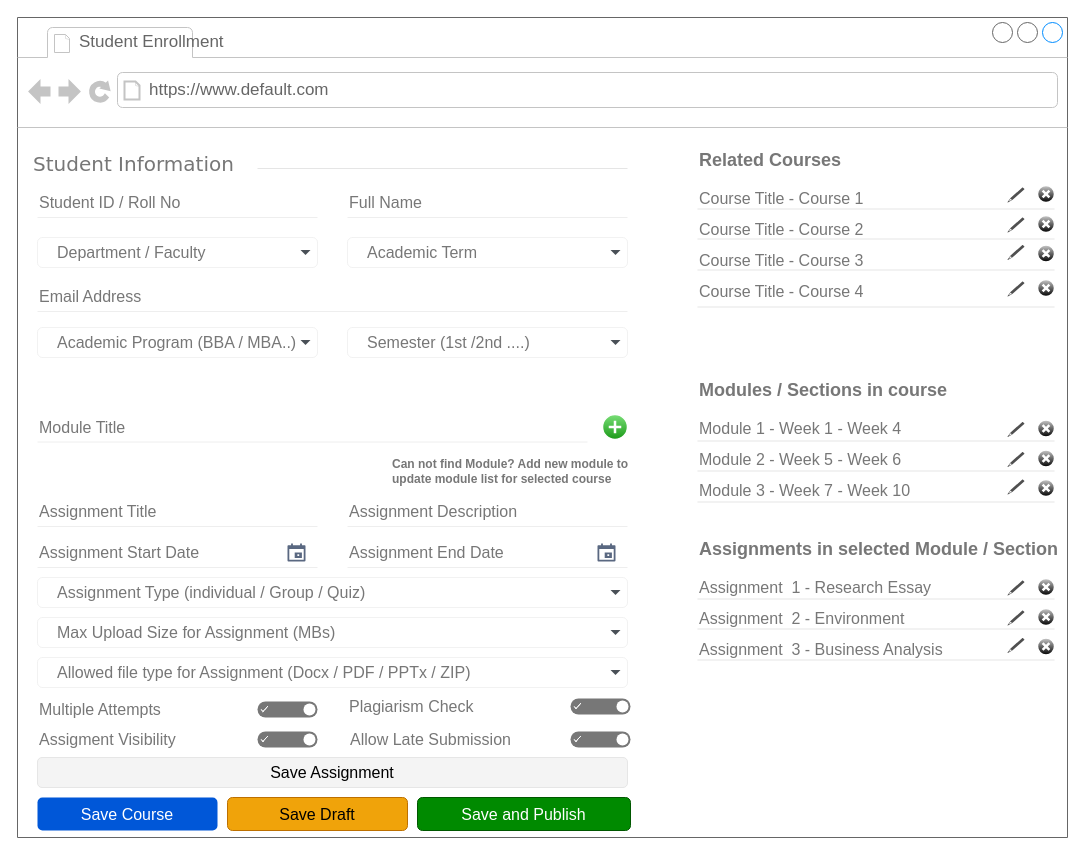
The draw.io diagram page "Student Enrollment" (5 of 5) of 02 - LMS-SysCollege/04 - UI_Designs/WireFrame.drawio in ZohaibWaqarMalik/Technical-Business-Analyst-Projects, before the edit. Source tidied: cells renumbered, new cells numbered last; positions are measured from the earlier drawing's top-left corner, leaving out a move shared by most shapes. Both pictures are drawn from the tidied source at 100%, with x=0, y=0 at pixel (17, 17).
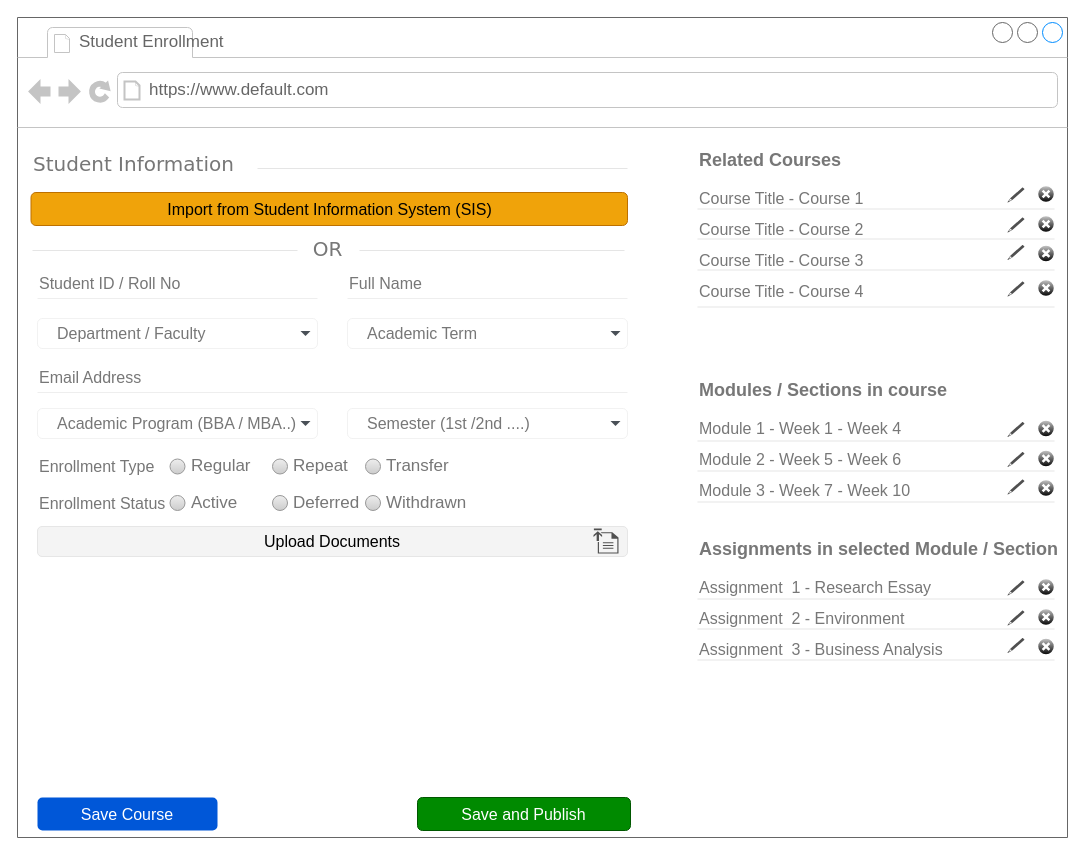
The same page after the edit.

Commit message (it also covers changes not shown here):
Update Wireframe Student Enrollment

The change refers to these unchanged cells:
```xml
<mxCell id="2" style="strokeWidth=1;shadow=0;dashed=0;align=center;html=1;shape=mxgraph.mockup.containers.browserWindow;rSize=0;strokeColor=#666666;mainText=,;rounded=0;labelBackgroundColor=none;fontFamily=Verdana;fontSize=12;" parent="1" vertex="1">
  <mxGeometry width="1050" height="820" as="geometry" />
</mxCell>
```

Change to the diagram source:
```diff
@@
     <mxCell id="6" value="Student ID / Roll No" style="text;fontSize=16;verticalAlign=middle;strokeColor=none;fillColor=none;whiteSpace=wrap;html=1;fontColor=#777777;" parent="2" vertex="1">
-      <mxGeometry x="20" y="170" width="280" height="30" as="geometry" />
+      <mxGeometry x="20" y="251" width="280" height="30" as="geometry" />
     </mxCell>
     <mxCell id="7" style="dashed=0;shape=line;strokeWidth=1;noLabel=1;strokeColor=#eeeeee;" parent="2" vertex="1">
-      <mxGeometry x="20" y="195" width="280" height="10" as="geometry" />
+      <mxGeometry x="20" y="276" width="280" height="10" as="geometry" />
     </mxCell>
@@
     <mxCell id="9" value="Full Name" style="text;fontSize=16;verticalAlign=middle;strokeColor=none;fillColor=none;whiteSpace=wrap;html=1;fontColor=#777777;" parent="2" vertex="1">
-      <mxGeometry x="330" y="170" width="280" height="30" as="geometry" />
+      <mxGeometry x="330" y="251" width="280" height="30" as="geometry" />
     </mxCell>
     <mxCell id="10" style="dashed=0;shape=line;strokeWidth=1;noLabel=1;strokeColor=#eeeeee;" parent="2" vertex="1">
-      <mxGeometry x="330" y="195" width="280" height="10" as="geometry" />
+      <mxGeometry x="330" y="276" width="280" height="10" as="geometry" />
     </mxCell>
     <mxCell id="11" value="&lt;font style=&quot;font-size: 16px;&quot;&gt;Department / Faculty&lt;/font&gt;" style="html=1;shadow=0;dashed=0;shape=mxgraph.bootstrap.rrect;rSize=5;strokeColor=#777777;strokeWidth=0;fillColor=#ffffff;fontColor=#777777;whiteSpace=wrap;align=left;verticalAlign=middle;fontStyle=0;fontSize=18;spacing=20;" parent="2" vertex="1">
-      <mxGeometry x="20" y="220" width="280" height="30" as="geometry" />
+      <mxGeometry x="20" y="301" width="280" height="30" as="geometry" />
     </mxCell>
@@
     <mxCell id="13" value="&lt;font style=&quot;font-size: 16px;&quot;&gt;Academic Term&lt;/font&gt;" style="html=1;shadow=0;dashed=0;shape=mxgraph.bootstrap.rrect;rSize=5;strokeColor=#777777;strokeWidth=0;fillColor=#ffffff;fontColor=#777777;whiteSpace=wrap;align=left;verticalAlign=middle;fontStyle=0;fontSize=18;spacing=20;" parent="2" vertex="1">
-      <mxGeometry x="330" y="220" width="280" height="30" as="geometry" />
+      <mxGeometry x="330" y="301" width="280" height="30" as="geometry" />
     </mxCell>
@@
     <mxCell id="15" value="Email Address" style="text;fontSize=16;verticalAlign=middle;strokeColor=none;fillColor=none;whiteSpace=wrap;html=1;fontColor=#777777;" parent="2" vertex="1">
-      <mxGeometry x="20" y="264" width="590" height="30" as="geometry" />
+      <mxGeometry x="20" y="345" width="590" height="30" as="geometry" />
     </mxCell>
     <mxCell id="16" style="dashed=0;shape=line;strokeWidth=1;noLabel=1;strokeColor=#eeeeee;" parent="2" vertex="1">
-      <mxGeometry x="20" y="289" width="590" height="10" as="geometry" />
+      <mxGeometry x="20" y="370" width="590" height="10" as="geometry" />
     </mxCell>
@@
-    <mxCell id="40" value="Module Title" style="text;fontSize=16;verticalAlign=middle;strokeColor=none;fillColor=none;whiteSpace=wrap;html=1;fontColor=#777777;" parent="2" vertex="1">
-      <mxGeometry x="20" y="394.5" width="550" height="30" as="geometry" />
-    </mxCell>
-    <mxCell id="41" style="dashed=0;shape=line;strokeWidth=1;noLabel=1;strokeColor=#eeeeee;" parent="2" vertex="1">
-      <mxGeometry x="20" y="419.5" width="550" height="10" as="geometry" />
-    </mxCell>
-    <mxCell id="42" style="verticalLabelPosition=bottom;verticalAlign=top;html=1;shadow=0;dashed=0;strokeWidth=1;shape=mxgraph.ios.iAddIcon;fillColor=#7AdF78;fillColor2=#1A9917;strokeColor=#ffffff;sketch=0;" parent="2" vertex="1">
-      <mxGeometry x="585" y="397" width="25" height="25" as="geometry" />
-    </mxCell>
-    <mxCell id="43" value="Assignment Title" style="text;fontSize=16;verticalAlign=middle;strokeColor=none;fillColor=none;whiteSpace=wrap;html=1;fontColor=#777777;" parent="2" vertex="1">
-      <mxGeometry x="20" y="479" width="280" height="30" as="geometry" />
-    </mxCell>
-    <mxCell id="44" style="dashed=0;shape=line;strokeWidth=1;noLabel=1;strokeColor=#eeeeee;" parent="2" vertex="1">
-      <mxGeometry x="20" y="504" width="280" height="10" as="geometry" />
-    </mxCell>
-    <mxCell id="45" value="Assignment Description" style="text;fontSize=16;verticalAlign=middle;strokeColor=none;fillColor=none;whiteSpace=wrap;html=1;fontColor=#777777;" parent="2" vertex="1">
-      <mxGeometry x="330" y="479" width="280" height="30" as="geometry" />
-    </mxCell>
-    <mxCell id="46" style="dashed=0;shape=line;strokeWidth=1;noLabel=1;strokeColor=#eeeeee;" parent="2" vertex="1">
-      <mxGeometry x="330" y="504" width="280" height="10" as="geometry" />
-    </mxCell>
     <mxCell id="47" value="&lt;font style=&quot;font-size: 16px;&quot;&gt;Academic Program (BBA / MBA..)&lt;/font&gt;" style="html=1;shadow=0;dashed=0;shape=mxgraph.bootstrap.rrect;rSize=5;strokeColor=#777777;strokeWidth=0;fillColor=#ffffff;fontColor=#777777;whiteSpace=wrap;align=left;verticalAlign=middle;fontStyle=0;fontSize=18;spacing=20;" parent="2" vertex="1">
-      <mxGeometry x="20" y="310" width="280" height="30" as="geometry" />
+      <mxGeometry x="20" y="391" width="280" height="30" as="geometry" />
     </mxCell>
@@
-    <mxCell id="49" value="&lt;font style=&quot;color: rgb(119, 119, 119);&quot;&gt;&lt;b&gt;Can not find Module? Add new module to update module list for selected course&lt;/b&gt;&lt;/font&gt;" style="text;html=1;align=left;verticalAlign=middle;whiteSpace=wrap;rounded=0;" parent="2" vertex="1">
-      <mxGeometry x="373" y="439" width="240" height="30" as="geometry" />
-    </mxCell>
-    <mxCell id="50" value="&lt;font style=&quot;font-size: 16px;&quot;&gt;Assignment Type (individual / Group / Quiz)&lt;/font&gt;" style="html=1;shadow=0;dashed=0;shape=mxgraph.bootstrap.rrect;rSize=5;strokeColor=#777777;strokeWidth=0;fillColor=#ffffff;fontColor=#777777;whiteSpace=wrap;align=left;verticalAlign=middle;fontStyle=0;fontSize=18;spacing=20;" parent="2" vertex="1">
-      <mxGeometry x="20" y="560" width="590" height="30" as="geometry" />
-    </mxCell>
-    <mxCell id="51" style="shape=triangle;direction=south;fillColor=#495057;strokeColor=none;perimeter=none;" parent="50" vertex="1">
-      <mxGeometry x="1" y="0.5" width="10" height="5" relative="1" as="geometry">
-        <mxPoint x="-17" y="-2.5" as="offset" />
-      </mxGeometry>
-    </mxCell>
-    <mxCell id="52" value="Assignment Start Date" style="text;fontSize=16;verticalAlign=middle;strokeColor=none;fillColor=none;whiteSpace=wrap;html=1;fontColor=#777777;" parent="2" vertex="1">
-      <mxGeometry x="20" y="520" width="280" height="30" as="geometry" />
-    </mxCell>
-    <mxCell id="53" style="dashed=0;shape=line;strokeWidth=1;noLabel=1;strokeColor=#eeeeee;" parent="2" vertex="1">
-      <mxGeometry x="20" y="545" width="280" height="10" as="geometry" />
-    </mxCell>
-    <mxCell id="54" style="shape=mxgraph.gmdl.calendar;fillColor=#5A6881;strokeColor=none;sketch=0;hachureGap=4;fontFamily=Architects Daughter;fontSize=20;" parent="2" vertex="1">
-      <mxGeometry x="270" y="526" width="18" height="18" as="geometry" />
-    </mxCell>
-    <mxCell id="55" value="Assignment&amp;nbsp;End Date" style="text;fontSize=16;verticalAlign=middle;strokeColor=none;fillColor=none;whiteSpace=wrap;html=1;fontColor=#777777;" parent="2" vertex="1">
-      <mxGeometry x="330" y="520" width="280" height="30" as="geometry" />
-    </mxCell>
-    <mxCell id="56" style="dashed=0;shape=line;strokeWidth=1;noLabel=1;strokeColor=#eeeeee;" parent="2" vertex="1">
-      <mxGeometry x="330" y="545" width="280" height="10" as="geometry" />
-    </mxCell>
-    <mxCell id="57" style="shape=mxgraph.gmdl.calendar;fillColor=#5A6881;strokeColor=none;sketch=0;hachureGap=4;fontFamily=Architects Daughter;fontSize=20;" parent="2" vertex="1">
-      <mxGeometry x="580" y="526" width="18" height="18" as="geometry" />
-    </mxCell>
-    <mxCell id="58" value="&lt;font style=&quot;font-size: 16px;&quot;&gt;Max Upload Size for Assignment (MBs)&lt;/font&gt;" style="html=1;shadow=0;dashed=0;shape=mxgraph.bootstrap.rrect;rSize=5;strokeColor=#777777;strokeWidth=0;fillColor=#ffffff;fontColor=#777777;whiteSpace=wrap;align=left;verticalAlign=middle;fontStyle=0;fontSize=18;spacing=20;" parent="2" vertex="1">
-      <mxGeometry x="20" y="600" width="590" height="30" as="geometry" />
-    </mxCell>
-    <mxCell id="59" style="shape=triangle;direction=south;fillColor=#495057;strokeColor=none;perimeter=none;" parent="58" vertex="1">
-      <mxGeometry x="1" y="0.5" width="10" height="5" relative="1" as="geometry">
-        <mxPoint x="-17" y="-2.5" as="offset" />
-      </mxGeometry>
-    </mxCell>
-    <mxCell id="60" value="&lt;font style=&quot;font-size: 16px;&quot;&gt;Allowed file type for Assignment (Docx / PDF / PPTx / ZIP)&lt;/font&gt;" style="html=1;shadow=0;dashed=0;shape=mxgraph.bootstrap.rrect;rSize=5;strokeColor=#777777;strokeWidth=0;fillColor=#ffffff;fontColor=#777777;whiteSpace=wrap;align=left;verticalAlign=middle;fontStyle=0;fontSize=18;spacing=20;" parent="2" vertex="1">
-      <mxGeometry x="20" y="640" width="590" height="30" as="geometry" />
-    </mxCell>
-    <mxCell id="61" style="shape=triangle;direction=south;fillColor=#495057;strokeColor=none;perimeter=none;" parent="60" vertex="1">
-      <mxGeometry x="1" y="0.5" width="10" height="5" relative="1" as="geometry">
-        <mxPoint x="-17" y="-2.5" as="offset" />
-      </mxGeometry>
-    </mxCell>
-    <mxCell id="62" style="fillColor=#777777;strokeColor=none;rounded=1;arcSize=50;sketch=0;hachureGap=4;fontFamily=Architects Daughter;fontSize=20;" parent="2" vertex="1">
-      <mxGeometry x="240" y="684" width="60" height="16" as="geometry" />
-    </mxCell>
-    <mxCell id="63" style="shape=ellipse;strokeColor=none;fillColor=#ffffff;sketch=0;hachureGap=4;fontFamily=Architects Daughter;fontSize=20;" parent="62" vertex="1">
-      <mxGeometry x="1" y="0.5" width="12" height="12" relative="1" as="geometry">
-        <mxPoint x="-14" y="-6" as="offset" />
-      </mxGeometry>
-    </mxCell>
-    <mxCell id="64" style="html=1;shadow=0;dashed=0;shape=mxgraph.atlassian.check;strokeColor=#ffffff;sketch=1;hachureGap=4;fontFamily=Architects Daughter;fontSize=20;" parent="62" vertex="1">
-      <mxGeometry y="0.5" width="6" height="5" relative="1" as="geometry">
-        <mxPoint x="4" y="-3" as="offset" />
-      </mxGeometry>
-    </mxCell>
-    <mxCell id="65" value="Multiple Attempts" style="text;html=1;align=left;verticalAlign=middle;whiteSpace=wrap;rounded=0;fontColor=#777777;fontSize=16;" parent="2" vertex="1">
-      <mxGeometry x="20" y="677" width="130" height="30" as="geometry" />
-    </mxCell>
-    <mxCell id="66" style="fillColor=#777777;strokeColor=none;rounded=1;arcSize=50;sketch=0;hachureGap=4;fontFamily=Architects Daughter;fontSize=20;" parent="2" vertex="1">
-      <mxGeometry x="553" y="681" width="60" height="16" as="geometry" />
-    </mxCell>
-    <mxCell id="67" style="shape=ellipse;strokeColor=none;fillColor=#ffffff;sketch=0;hachureGap=4;fontFamily=Architects Daughter;fontSize=20;" parent="66" vertex="1">
-      <mxGeometry x="1" y="0.5" width="12" height="12" relative="1" as="geometry">
-        <mxPoint x="-14" y="-6" as="offset" />
-      </mxGeometry>
-    </mxCell>
-    <mxCell id="68" style="html=1;shadow=0;dashed=0;shape=mxgraph.atlassian.check;strokeColor=#ffffff;sketch=1;hachureGap=4;fontFamily=Architects Daughter;fontSize=20;" parent="66" vertex="1">
-      <mxGeometry y="0.5" width="6" height="5" relative="1" as="geometry">
-        <mxPoint x="4" y="-3" as="offset" />
-      </mxGeometry>
-    </mxCell>
-    <mxCell id="69" value="Plagiarism Check " style="text;html=1;align=left;verticalAlign=middle;whiteSpace=wrap;rounded=0;fontColor=#777777;fontSize=16;" parent="2" vertex="1">
-      <mxGeometry x="330" y="674" width="130" height="30" as="geometry" />
-    </mxCell>
-    <mxCell id="70" style="fillColor=#777777;strokeColor=none;rounded=1;arcSize=50;sketch=0;hachureGap=4;fontFamily=Architects Daughter;fontSize=20;" parent="2" vertex="1">
-      <mxGeometry x="240" y="714" width="60" height="16" as="geometry" />
-    </mxCell>
-    <mxCell id="71" style="shape=ellipse;strokeColor=none;fillColor=#ffffff;sketch=0;hachureGap=4;fontFamily=Architects Daughter;fontSize=20;" parent="70" vertex="1">
-      <mxGeometry x="1" y="0.5" width="12" height="12" relative="1" as="geometry">
-        <mxPoint x="-14" y="-6" as="offset" />
-      </mxGeometry>
-    </mxCell>
-    <mxCell id="72" style="html=1;shadow=0;dashed=0;shape=mxgraph.atlassian.check;strokeColor=#ffffff;sketch=1;hachureGap=4;fontFamily=Architects Daughter;fontSize=20;" parent="70" vertex="1">
-      <mxGeometry y="0.5" width="6" height="5" relative="1" as="geometry">
-        <mxPoint x="4" y="-3" as="offset" />
-      </mxGeometry>
-    </mxCell>
-    <mxCell id="73" value="Assigment Visibility" style="text;html=1;align=left;verticalAlign=middle;whiteSpace=wrap;rounded=0;fontColor=#777777;fontSize=16;" parent="2" vertex="1">
-      <mxGeometry x="20" y="707" width="150" height="30" as="geometry" />
-    </mxCell>
@@
-    <mxCell id="84" style="fillColor=#777777;strokeColor=none;rounded=1;arcSize=50;sketch=0;hachureGap=4;fontFamily=Architects Daughter;fontSize=20;" parent="2" vertex="1">
-      <mxGeometry x="553" y="714" width="60" height="16" as="geometry" />
-    </mxCell>
-    <mxCell id="85" style="shape=ellipse;strokeColor=none;fillColor=#ffffff;sketch=0;hachureGap=4;fontFamily=Architects Daughter;fontSize=20;" parent="84" vertex="1">
-      <mxGeometry x="1" y="0.5" width="12" height="12" relative="1" as="geometry">
-        <mxPoint x="-14" y="-6" as="offset" />
-      </mxGeometry>
-    </mxCell>
-    <mxCell id="86" style="html=1;shadow=0;dashed=0;shape=mxgraph.atlassian.check;strokeColor=#ffffff;sketch=1;hachureGap=4;fontFamily=Architects Daughter;fontSize=20;" parent="84" vertex="1">
-      <mxGeometry y="0.5" width="6" height="5" relative="1" as="geometry">
-        <mxPoint x="4" y="-3" as="offset" />
-      </mxGeometry>
-    </mxCell>
-    <mxCell id="87" value="Allow Late Submission" style="text;html=1;align=left;verticalAlign=middle;whiteSpace=wrap;rounded=0;fontColor=#777777;fontSize=16;" parent="2" vertex="1">
-      <mxGeometry x="331" y="707" width="175" height="30" as="geometry" />
-    </mxCell>
-    <mxCell id="88" value="&lt;font style=&quot;font-size: 16px;&quot;&gt;Save Assignment&lt;/font&gt;" style="rounded=1;html=1;shadow=0;dashed=0;whiteSpace=wrap;fontSize=10;fillColor=#F4F4F4;align=center;strokeColor=#E6E6E6;fontColor=#000000;" parent="2" vertex="1">
-      <mxGeometry x="20" y="740" width="590" height="30" as="geometry" />
+    <mxCell id="88" value="&lt;font style=&quot;font-size: 16px;&quot;&gt;Upload Documents&lt;/font&gt;" style="rounded=1;html=1;shadow=0;dashed=0;whiteSpace=wrap;fontSize=10;fillColor=#F4F4F4;align=center;strokeColor=#E6E6E6;fontColor=#000000;" parent="2" vertex="1">
+      <mxGeometry x="20" y="509" width="590" height="30" as="geometry" />
     </mxCell>
@@
-    <mxCell id="90" value="&lt;font style=&quot;font-size: 16px;&quot;&gt;Save Draft&lt;/font&gt;" style="rounded=1;fillColor=#f0a30a;strokeColor=#BD7000;html=1;whiteSpace=wrap;fontColor=#000000;align=center;verticalAlign=middle;fontStyle=0;fontSize=12;sketch=0;" parent="2" vertex="1">
-      <mxGeometry x="210" y="780" width="180" height="33" as="geometry" />
+    <mxCell id="90" value="&lt;font style=&quot;font-size: 16px;&quot;&gt;Import from Student Information System (SIS)&lt;/font&gt;" style="rounded=1;fillColor=#f0a30a;strokeColor=#BD7000;html=1;whiteSpace=wrap;fontColor=#000000;align=center;verticalAlign=middle;fontStyle=0;fontSize=12;sketch=0;" parent="2" vertex="1">
+      <mxGeometry x="13.5" y="175" width="596.5" height="33" as="geometry" />
     </mxCell>
@@
     <mxCell id="92" value="&lt;font style=&quot;font-size: 16px;&quot;&gt;Semester (1st /2nd ....)&lt;/font&gt;" style="html=1;shadow=0;dashed=0;shape=mxgraph.bootstrap.rrect;rSize=5;strokeColor=#777777;strokeWidth=0;fillColor=#ffffff;fontColor=#777777;whiteSpace=wrap;align=left;verticalAlign=middle;fontStyle=0;fontSize=18;spacing=20;" parent="2" vertex="1">
-      <mxGeometry x="330" y="310" width="280" height="30" as="geometry" />
+      <mxGeometry x="330" y="391" width="280" height="30" as="geometry" />
     </mxCell>
@@
+    <mxCell id="94" value="Enrollment Type" style="text;fontSize=16;verticalAlign=middle;strokeColor=none;fillColor=none;whiteSpace=wrap;html=1;fontColor=#777777;" parent="2" vertex="1">
+      <mxGeometry x="20" y="434" width="130" height="30" as="geometry" />
+    </mxCell>
+    <mxCell id="95" value="&lt;font style=&quot;color: rgb(119, 119, 119);&quot;&gt;Regular&lt;/font&gt;" style="shape=ellipse;fillColor=#eeeeee;strokeColor=#999999;gradientColor=#cccccc;html=1;align=left;spacingLeft=4;fontSize=17;fontColor=#666666;labelPosition=right;shadow=0;" parent="2" vertex="1">
+      <mxGeometry x="152.5" y="441.5" width="15" height="15" as="geometry" />
+    </mxCell>
+    <mxCell id="96" value="&lt;font style=&quot;color: rgb(119, 119, 119);&quot;&gt;Repeat&lt;/font&gt;" style="shape=ellipse;fillColor=#eeeeee;strokeColor=#999999;gradientColor=#cccccc;html=1;align=left;spacingLeft=4;fontSize=17;fontColor=#666666;labelPosition=right;shadow=0;" parent="2" vertex="1">
+      <mxGeometry x="255" y="441.5" width="15" height="15" as="geometry" />
+    </mxCell>
+    <mxCell id="97" value="&lt;font style=&quot;color: rgb(119, 119, 119);&quot;&gt;Transfer&lt;/font&gt;" style="shape=ellipse;fillColor=#eeeeee;strokeColor=#999999;gradientColor=#cccccc;html=1;align=left;spacingLeft=4;fontSize=17;fontColor=#666666;labelPosition=right;shadow=0;" parent="2" vertex="1">
+      <mxGeometry x="348" y="441.5" width="15" height="15" as="geometry" />
+    </mxCell>
+    <mxCell id="98" value="Enrollment Status" style="text;fontSize=16;verticalAlign=middle;strokeColor=none;fillColor=none;whiteSpace=wrap;html=1;fontColor=#777777;" parent="2" vertex="1">
+      <mxGeometry x="20" y="470.5" width="130" height="30" as="geometry" />
+    </mxCell>
+    <mxCell id="99" value="&lt;font style=&quot;color: rgb(119, 119, 119);&quot;&gt;Active&lt;/font&gt;" style="shape=ellipse;fillColor=#eeeeee;strokeColor=#999999;gradientColor=#cccccc;html=1;align=left;spacingLeft=4;fontSize=17;fontColor=#666666;labelPosition=right;shadow=0;" parent="2" vertex="1">
+      <mxGeometry x="152.5" y="478" width="15" height="15" as="geometry" />
+    </mxCell>
+    <mxCell id="100" value="&lt;font style=&quot;color: rgb(119, 119, 119);&quot;&gt;Deferred&lt;/font&gt;" style="shape=ellipse;fillColor=#eeeeee;strokeColor=#999999;gradientColor=#cccccc;html=1;align=left;spacingLeft=4;fontSize=17;fontColor=#666666;labelPosition=right;shadow=0;" parent="2" vertex="1">
+      <mxGeometry x="255" y="478" width="15" height="15" as="geometry" />
+    </mxCell>
+    <mxCell id="101" value="&lt;font style=&quot;color: rgb(119, 119, 119);&quot;&gt;Withdrawn&lt;/font&gt;" style="shape=ellipse;fillColor=#eeeeee;strokeColor=#999999;gradientColor=#cccccc;html=1;align=left;spacingLeft=4;fontSize=17;fontColor=#666666;labelPosition=right;shadow=0;" parent="2" vertex="1">
+      <mxGeometry x="348" y="478" width="15" height="15" as="geometry" />
+    </mxCell>
+    <mxCell id="102" value="&lt;font style=&quot;font-size: 20px;&quot;&gt;OR&lt;/font&gt;" style="text;html=1;align=center;verticalAlign=middle;spacingTop=-4;fontSize=30;fontFamily=Verdana;fontColor=#777777;" parent="2" vertex="1">
+      <mxGeometry x="15" y="215" width="590" height="30" as="geometry" />
+    </mxCell>
+    <mxCell id="103" style="dashed=0;shape=line;strokeWidth=1;noLabel=1;strokeColor=#cccccc;opacity=50;fontSize=14;" parent="2" vertex="1">
+      <mxGeometry x="15" y="228" width="265" height="10" as="geometry" />
+    </mxCell>
+    <mxCell id="104" style="dashed=0;shape=line;strokeWidth=1;noLabel=1;strokeColor=#cccccc;opacity=50;fontSize=14;" parent="2" vertex="1">
+      <mxGeometry x="342" y="228" width="265" height="10" as="geometry" />
+    </mxCell>
+    <mxCell id="105" style="sketch=0;shadow=0;dashed=0;html=1;strokeColor=none;fillColor=#505050;labelPosition=center;verticalLabelPosition=bottom;verticalAlign=top;align=center;shape=mxgraph.office.concepts.upload;" parent="2" vertex="1">
+      <mxGeometry x="576" y="511" width="25" height="25" as="geometry" />
+    </mxCell>
```
